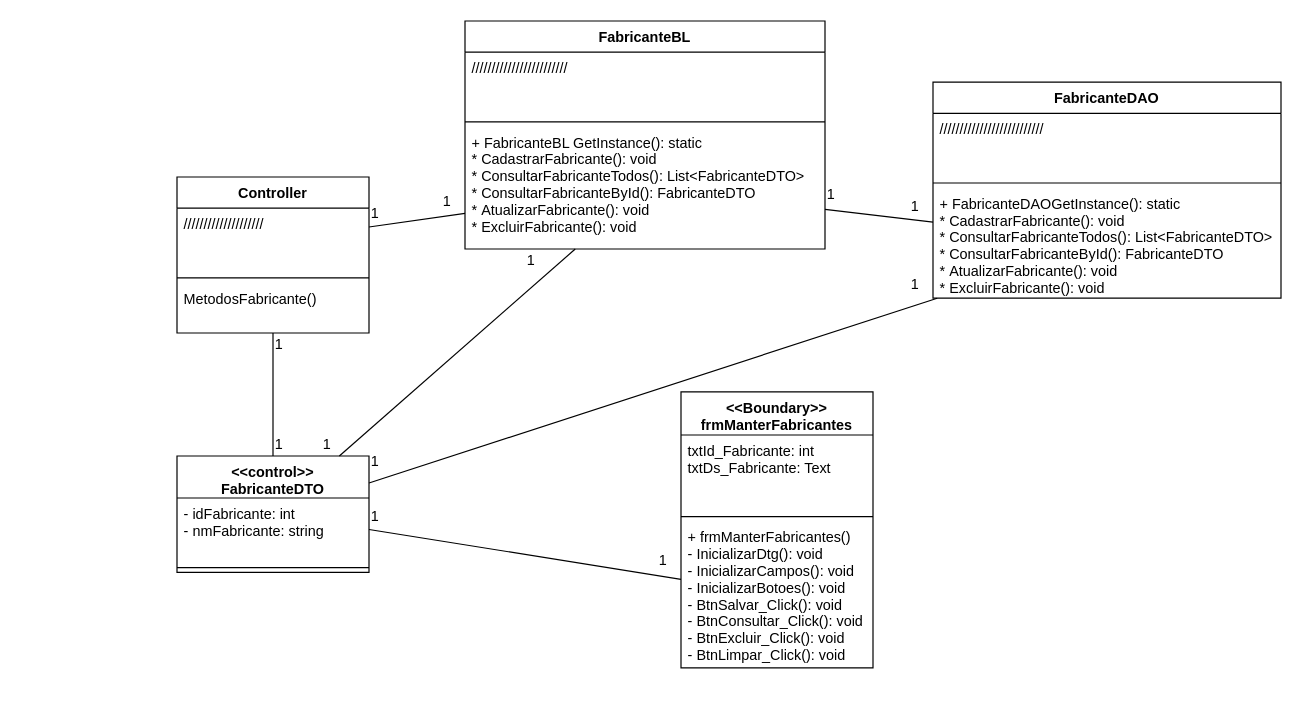
Earlier version of the draw.io diagram Documentação/Diagramas/Diagrama de Classes/ManterFabricantes.drawio (System4Developers/pimADS4). Source tidied: cells renumbered, new cells numbered last; positions are measured from the earlier drawing's top-left corner, leaving out a move shared by most shapes. Both pictures are drawn from the tidied source at 120%, with x=0, y=0 at pixel (176, 20).
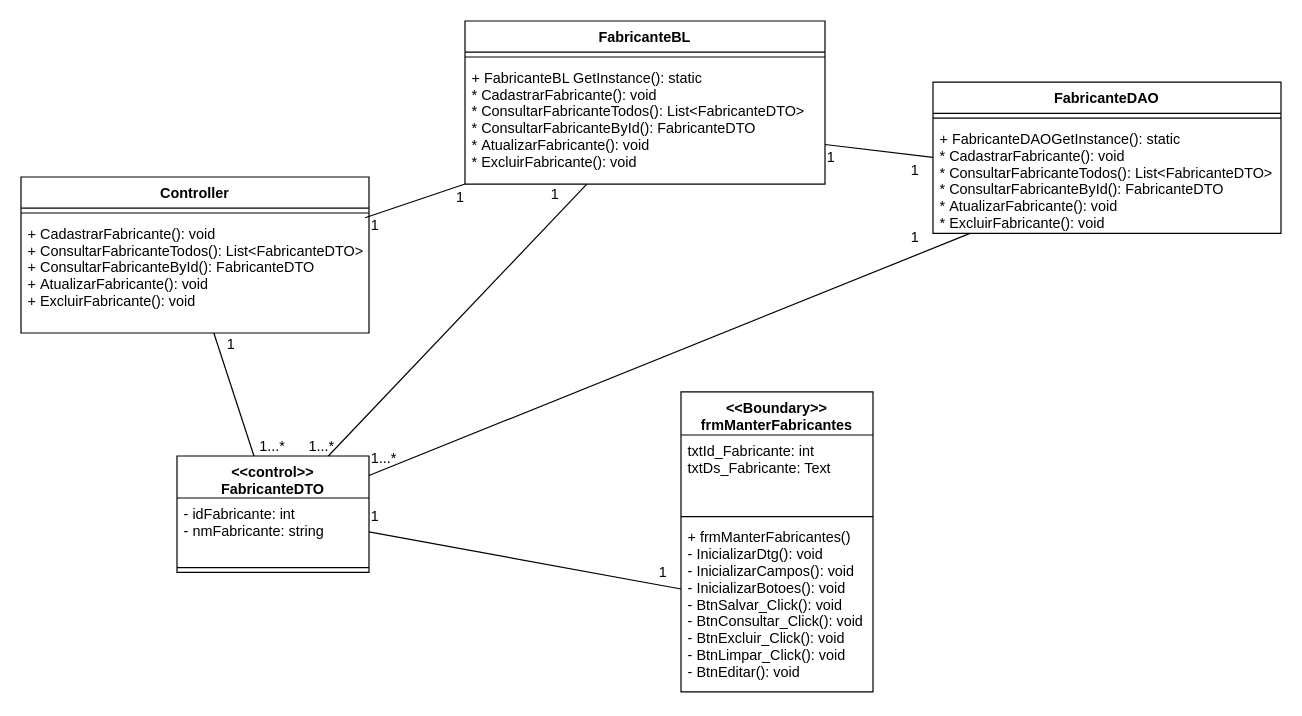
After the change.

Change to the diagram source:
```diff
@@
     <mxCell id="2" value="&lt;&lt;Boundary&gt;&gt;&#10;frmManterFabricantes" style="swimlane;fontStyle=1;align=center;verticalAlign=top;horizontal=1;startSize=36;" parent="1" vertex="1">
-      <mxGeometry x="420" y="309" width="160" height="230" as="geometry" />
+      <mxGeometry x="420" y="309" width="160" height="250" as="geometry" />
     </mxCell>
@@
-    <mxCell id="5" value="+ frmManterFabricantes()&#10;- InicializarDtg(): void&#10;- InicializarCampos(): void&#10;- InicializarBotoes(): void&#10;- BtnSalvar_Click(): void&#10;- BtnConsultar_Click(): void&#10;- BtnExcluir_Click(): void&#10;- BtnLimpar_Click(): void" style="text;strokeColor=none;fillColor=none;align=left;verticalAlign=top;spacingLeft=4;spacingRight=4;overflow=hidden;points=[[0,0.5],[1,0.5]];portConstraint=eastwest;" parent="2" vertex="1">
-      <mxGeometry y="108" width="160" height="122" as="geometry" />
+    <mxCell id="5" value="+ frmManterFabricantes()&#10;- InicializarDtg(): void&#10;- InicializarCampos(): void&#10;- InicializarBotoes(): void&#10;- BtnSalvar_Click(): void&#10;- BtnConsultar_Click(): void&#10;- BtnExcluir_Click(): void&#10;- BtnLimpar_Click(): void&#10;- BtnEditar(): void" style="text;strokeColor=none;fillColor=none;align=left;verticalAlign=top;spacingLeft=4;spacingRight=4;overflow=hidden;points=[[0,0.5],[1,0.5]];portConstraint=eastwest;" parent="2" vertex="1">
+      <mxGeometry y="108" width="160" height="142" as="geometry" />
     </mxCell>
@@
     <mxCell id="9" value="Controller" style="swimlane;fontStyle=1;align=center;verticalAlign=top;horizontal=1;startSize=26;" parent="1" vertex="1">
-      <mxGeometry y="130" width="160" height="130" as="geometry" />
+      <mxGeometry x="-130" y="130" width="290" height="130" as="geometry" />
     </mxCell>
-    <mxCell id="10" value="////////////////////" style="text;strokeColor=none;fillColor=none;align=left;verticalAlign=top;spacingLeft=4;spacingRight=4;overflow=hidden;points=[[0,0.5],[1,0.5]];portConstraint=eastwest;" parent="9" vertex="1">
-      <mxGeometry y="26" width="160" height="54" as="geometry" />
-    </mxCell>
     <mxCell id="11" style="line;strokeWidth=1;fillColor=none;align=left;verticalAlign=middle;spacingTop=-1;spacingLeft=3;spacingRight=3;labelPosition=right;" parent="9" vertex="1">
-      <mxGeometry y="80" width="160" height="8" as="geometry" />
+      <mxGeometry y="26" width="290" height="8" as="geometry" />
     </mxCell>
-    <mxCell id="12" value="MetodosFabricante()" style="text;strokeColor=none;fillColor=none;align=left;verticalAlign=top;spacingLeft=4;spacingRight=4;overflow=hidden;points=[[0,0.5],[1,0.5]];portConstraint=eastwest;" parent="9" vertex="1">
-      <mxGeometry y="88" width="160" height="42" as="geometry" />
+    <mxCell id="12" value="+ CadastrarFabricante(): void&#10;+ ConsultarFabricanteTodos(): List&lt;FabricanteDTO&gt;&#10;+ ConsultarFabricanteById(): FabricanteDTO&#10;+ AtualizarFabricante(): void&#10;+ ExcluirFabricante(): void" style="text;strokeColor=none;fillColor=none;align=left;verticalAlign=top;spacingLeft=4;spacingRight=4;overflow=hidden;points=[[0,0.5],[1,0.5]];portConstraint=eastwest;" parent="9" vertex="1">
+      <mxGeometry y="34" width="290" height="96" as="geometry" />
     </mxCell>
     <mxCell id="13" value="FabricanteDAO" style="swimlane;fontStyle=1;align=center;verticalAlign=top;horizontal=1;startSize=26;" parent="1" vertex="1">
-      <mxGeometry x="630" y="51" width="290" height="180" as="geometry" />
+      <mxGeometry x="630" y="51" width="290" height="126" as="geometry" />
     </mxCell>
-    <mxCell id="14" value="//////////////////////////" style="text;strokeColor=none;fillColor=none;align=left;verticalAlign=top;spacingLeft=4;spacingRight=4;overflow=hidden;" parent="13" vertex="1">
-      <mxGeometry y="26" width="290" height="54" as="geometry" />
-    </mxCell>
     <mxCell id="15" style="line;strokeWidth=1;fillColor=none;align=left;verticalAlign=middle;spacingTop=-1;spacingLeft=3;spacingRight=3;labelPosition=right;" parent="13" vertex="1">
-      <mxGeometry y="80" width="290" height="8" as="geometry" />
+      <mxGeometry y="26" width="290" height="8" as="geometry" />
     </mxCell>
     <mxCell id="16" value="+ FabricanteDAOGetInstance(): static&#10;* CadastrarFabricante(): void&#10;* ConsultarFabricanteTodos(): List&lt;FabricanteDTO&gt;&#10;* ConsultarFabricanteById(): FabricanteDTO&#10;* AtualizarFabricante(): void&#10;* ExcluirFabricante(): void&#10;" style="text;strokeColor=none;fillColor=none;align=left;verticalAlign=top;spacingLeft=4;spacingRight=4;overflow=hidden;points=[[0,0.5],[1,0.5]];portConstraint=eastwest;" parent="13" vertex="1">
-      <mxGeometry y="88" width="290" height="92" as="geometry" />
+      <mxGeometry y="34" width="290" height="92" as="geometry" />
     </mxCell>
     <mxCell id="17" value="FabricanteBL" style="swimlane;fontStyle=1;align=center;verticalAlign=top;horizontal=1;startSize=26;" parent="1" vertex="1">
-      <mxGeometry x="240" width="300" height="190" as="geometry" />
+      <mxGeometry x="240" width="300" height="136" as="geometry" />
     </mxCell>
-    <mxCell id="18" value="////////////////////////" style="text;strokeColor=none;fillColor=none;align=left;verticalAlign=top;spacingLeft=4;spacingRight=4;overflow=hidden;" parent="17" vertex="1">
-      <mxGeometry y="26" width="300" height="54" as="geometry" />
-    </mxCell>
     <mxCell id="19" style="line;strokeWidth=1;fillColor=none;align=left;verticalAlign=middle;spacingTop=-1;spacingLeft=3;spacingRight=3;labelPosition=right;" parent="17" vertex="1">
-      <mxGeometry y="80" width="300" height="8" as="geometry" />
+      <mxGeometry y="26" width="300" height="8" as="geometry" />
     </mxCell>
     <mxCell id="20" value="+ FabricanteBL GetInstance(): static&#10;* CadastrarFabricante(): void&#10;* ConsultarFabricanteTodos(): List&lt;FabricanteDTO&gt;&#10;* ConsultarFabricanteById(): FabricanteDTO&#10;* AtualizarFabricante(): void&#10;* ExcluirFabricante(): void" style="text;strokeColor=none;fillColor=none;align=left;verticalAlign=top;spacingLeft=4;spacingRight=4;overflow=hidden;points=[[0,0.5],[1,0.5]];portConstraint=eastwest;" parent="17" vertex="1">
-      <mxGeometry y="88" width="300" height="102" as="geometry" />
+      <mxGeometry y="34" width="300" height="102" as="geometry" />
     </mxCell>
@@
-    <mxCell id="23" style="endArrow=none;html=1;" parent="1" edge="1" source="20" target="10">
+    <mxCell id="23" style="endArrow=none;html=1;" parent="1" edge="1" source="20" target="12">
       <mxGeometry relative="1" as="geometry" />
     </mxCell>
@@
     <mxCell id="26" value="1" style="text;html=1;align=left;verticalAlign=top;spacingTop=-4;" parent="1" vertex="1">
-      <mxGeometry x="220" y="141" width="20" height="20" as="geometry" />
+      <mxGeometry x="231" y="137" width="20" height="20" as="geometry" />
     </mxCell>
@@
     <mxCell id="28" value="1" style="text;html=1;align=left;verticalAlign=top;spacingTop=-4;" parent="1" vertex="1">
-      <mxGeometry x="160" y="151" width="20" height="20" as="geometry" />
+      <mxGeometry x="160" y="161" width="20" height="20" as="geometry" />
     </mxCell>
     <mxCell id="29" value="1" style="text;html=1;align=left;verticalAlign=top;spacingTop=-4;" parent="1" vertex="1">
-      <mxGeometry x="80" y="260" width="20" height="20" as="geometry" />
+      <mxGeometry x="40" y="260" width="20" height="20" as="geometry" />
     </mxCell>
-    <mxCell id="30" value="1" style="text;html=1;align=left;verticalAlign=top;spacingTop=-4;" parent="1" vertex="1">
-      <mxGeometry x="80" y="342.5" width="20" height="20" as="geometry" />
+    <mxCell id="30" value="1...*" style="text;html=1;align=left;verticalAlign=top;spacingTop=-4;" parent="1" vertex="1">
+      <mxGeometry x="67" y="344.5" width="40" height="20" as="geometry" />
     </mxCell>
-    <mxCell id="31" value="1" style="text;html=1;align=left;verticalAlign=top;spacingTop=-4;" parent="1" vertex="1">
-      <mxGeometry x="120" y="342.5" width="20" height="20" as="geometry" />
+    <mxCell id="31" value="1...*" style="text;html=1;align=left;verticalAlign=top;spacingTop=-4;" parent="1" vertex="1">
+      <mxGeometry x="108" y="344.5" width="40" height="20" as="geometry" />
     </mxCell>
     <mxCell id="32" value="1" style="text;html=1;align=left;verticalAlign=top;spacingTop=-4;" parent="1" vertex="1">
-      <mxGeometry x="290" y="190" width="20" height="20" as="geometry" />
+      <mxGeometry x="310" y="135" width="20" height="20" as="geometry" />
     </mxCell>
     <mxCell id="33" value="1" style="text;html=1;align=left;verticalAlign=top;spacingTop=-4;" parent="1" vertex="1">
-      <mxGeometry x="540" y="135" width="20" height="20" as="geometry" />
+      <mxGeometry x="540" y="104" width="20" height="20" as="geometry" />
     </mxCell>
@@
-    <mxCell id="35" value="1" style="text;html=1;align=left;verticalAlign=top;spacingTop=-4;" parent="1" vertex="1">
-      <mxGeometry x="160" y="357" width="20" height="20" as="geometry" />
+    <mxCell id="35" value="1...*" style="text;html=1;align=left;verticalAlign=top;spacingTop=-4;" parent="1" vertex="1">
+      <mxGeometry x="160" y="355" width="40" height="20" as="geometry" />
     </mxCell>
@@
     <mxCell id="37" value="1" style="text;html=1;align=left;verticalAlign=top;spacingTop=-4;" parent="1" vertex="1">
-      <mxGeometry x="400" y="439.5" width="20" height="20" as="geometry" />
+      <mxGeometry x="400" y="449.5" width="20" height="20" as="geometry" />
     </mxCell>
     <mxCell id="38" value="1" style="text;html=1;align=left;verticalAlign=top;spacingTop=-4;" parent="1" vertex="1">
-      <mxGeometry x="610" y="210" width="20" height="20" as="geometry" />
+      <mxGeometry x="610" y="171" width="20" height="20" as="geometry" />
     </mxCell>
     <mxCell id="39" value="1" style="text;html=1;align=left;verticalAlign=top;spacingTop=-4;" parent="1" vertex="1">
-      <mxGeometry x="610" y="145" width="20" height="20" as="geometry" />
+      <mxGeometry x="610" y="115" width="20" height="20" as="geometry" />
     </mxCell>
```
